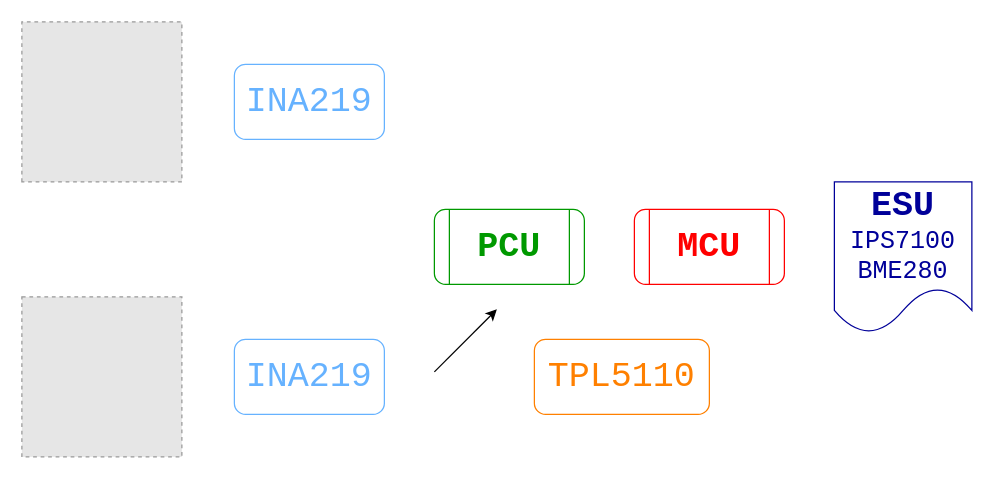
Before: resources/LoRaWANNodeDesign.drawio in mi3nts/LoRaWANNodes, a draw.io diagram. Source tidied: cells renumbered, new cells numbered last; positions are measured from the earlier drawing's top-left corner, leaving out a move shared by most shapes. Both pictures are drawn from the tidied source at 125%, with x=0, y=0 at pixel (21, 21). Pictures stored in the file or linked from it are replaced by grey dashed boxes.
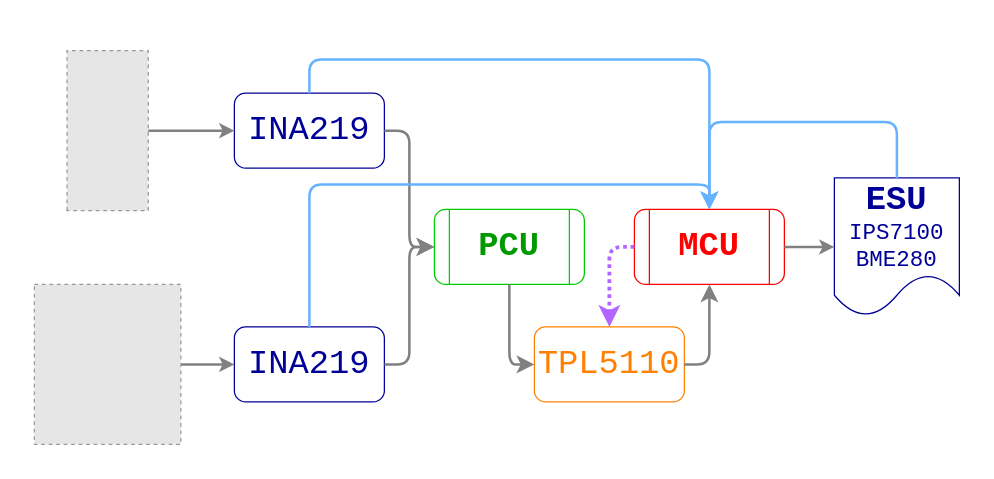
The same diagram, later.

Diff of the diagram source:
```diff
@@
-    <mxCell id="2" value="&lt;font color=&quot;#66b2ff&quot; style=&quot;font-size: 28px;&quot;&gt;INA219&lt;/font&gt;" style="rounded=1;whiteSpace=wrap;html=1;fontFamily=Courier New;fontSize=28;strokeColor=#66B2FF;" parent="1" vertex="1">
-      <mxGeometry x="170" y="34" width="120" height="60" as="geometry" />
+    <mxCell id="2" value="&lt;font color=&quot;#000099&quot; style=&quot;font-size: 27px;&quot;&gt;INA219&lt;/font&gt;" style="rounded=1;whiteSpace=wrap;html=1;fontFamily=Courier New;fontSize=27;strokeColor=#000099;fontColor=#3333FF;" parent="1" vertex="1">
+      <mxGeometry x="170" y="57" width="120" height="60" as="geometry" />
     </mxCell>
-    <mxCell id="3" value="&lt;b style=&quot;font-size: 28px;&quot;&gt;&lt;font style=&quot;font-size: 28px;&quot; color=&quot;#009900&quot;&gt;PCU&lt;/font&gt;&lt;/b&gt;" style="shape=process;whiteSpace=wrap;html=1;backgroundOutline=1;rounded=1;fontFamily=Courier New;fontSize=28;strokeColor=#009900;" parent="1" vertex="1">
+    <mxCell id="3" value="&lt;b style=&quot;font-size: 27px;&quot;&gt;&lt;font color=&quot;#009900&quot; style=&quot;font-size: 27px;&quot;&gt;PCU&lt;/font&gt;&lt;/b&gt;" style="shape=process;whiteSpace=wrap;html=1;backgroundOutline=1;rounded=1;fontFamily=Courier New;fontSize=27;strokeColor=#00CC00;" parent="1" vertex="1">
       <mxGeometry x="330" y="150" width="120" height="60" as="geometry" />
     </mxCell>
-    <mxCell id="4" value="&lt;b style=&quot;font-size: 28px;&quot;&gt;&lt;font style=&quot;font-size: 28px;&quot; color=&quot;#ff0000&quot;&gt;MCU&lt;/font&gt;&lt;/b&gt;" style="shape=process;whiteSpace=wrap;html=1;backgroundOutline=1;rounded=1;fontFamily=Courier New;fontSize=28;strokeColor=#FF0000;" parent="1" vertex="1">
+    <mxCell id="4" value="&lt;b style=&quot;font-size: 27px;&quot;&gt;&lt;font color=&quot;#ff0000&quot; style=&quot;font-size: 27px;&quot;&gt;MCU&lt;/font&gt;&lt;/b&gt;" style="shape=process;whiteSpace=wrap;html=1;backgroundOutline=1;rounded=1;fontFamily=Courier New;fontSize=27;strokeColor=#FF0000;" parent="1" vertex="1">
       <mxGeometry x="490" y="150" width="120" height="60" as="geometry" />
     </mxCell>
-    <mxCell id="5" value="&lt;font color=&quot;#ff8000&quot;&gt;TPL5110&lt;/font&gt;" style="rounded=1;whiteSpace=wrap;html=1;fontFamily=Courier New;fontSize=28;strokeColor=#FF8000;" parent="1" vertex="1">
-      <mxGeometry x="410" y="254" width="140" height="60" as="geometry" />
+    <mxCell id="5" value="&lt;font color=&quot;#ff8000&quot; style=&quot;font-size: 27px;&quot;&gt;TPL5110&lt;/font&gt;" style="rounded=1;whiteSpace=wrap;html=1;fontFamily=Courier New;fontSize=27;strokeColor=#FF8000;" parent="1" vertex="1">
+      <mxGeometry x="410" y="244" width="120" height="60" as="geometry" />
     </mxCell>
-    <mxCell id="6" value="&lt;b style=&quot;font-size: 28px;&quot;&gt;ESU&lt;/b&gt;&lt;div style=&quot;font-size: 20px;&quot;&gt;&lt;font style=&quot;font-size: 20px;&quot;&gt;IPS7100&lt;/font&gt;&lt;/div&gt;&lt;div style=&quot;font-size: 20px;&quot;&gt;&lt;font style=&quot;font-size: 20px;&quot;&gt;BME280&lt;/font&gt;&lt;/div&gt;" style="shape=document;whiteSpace=wrap;html=1;boundedLbl=1;fontFamily=Courier New;fontSize=28;fontColor=#000099;strokeColor=#000099;" parent="1" vertex="1">
-      <mxGeometry x="650" y="128" width="110" height="121" as="geometry" />
+    <mxCell id="6" value="&lt;b style=&quot;font-size: 27px;&quot;&gt;ESU&lt;/b&gt;&lt;div style=&quot;font-size: 18px;&quot;&gt;&lt;font style=&quot;font-size: 18px;&quot;&gt;IPS7100&lt;/font&gt;&lt;/div&gt;&lt;div style=&quot;font-size: 18px;&quot;&gt;&lt;font style=&quot;font-size: 18px;&quot;&gt;BME280&lt;/font&gt;&lt;/div&gt;" style="shape=document;whiteSpace=wrap;html=1;boundedLbl=1;fontFamily=Courier New;fontSize=27;fontColor=#000099;strokeColor=#000099;" parent="1" vertex="1">
+      <mxGeometry x="650" y="124.8" width="100" height="110.5" as="geometry" />
     </mxCell>
+    <mxCell id="11" style="edgeStyle=orthogonalEdgeStyle;rounded=0;jettySize=auto;html=1;fillColor=#f5f5f5;strokeColor=#808080;gradientColor=#b3b3b3;strokeWidth=2;" parent="1" edge="1" source="7" target="8">
+      <mxGeometry relative="1" as="geometry" />
+    </mxCell>
     <mxCell id="7" style="fillColor=#E6E6E6;strokeColor=#999999;dashed=1;html=1;verticalAlign=top;verticalLabelPosition=bottom;labelBackgroundColor=#ffffff;" parent="1" vertex="1">
-      <mxGeometry y="220" width="128" height="128" as="geometry" />
+      <mxGeometry x="10" y="210" width="117.2" height="128" as="geometry" />
     </mxCell>
-    <mxCell id="8" value="&lt;span style=&quot;font-size: 28px;&quot;&gt;&lt;font color=&quot;#66b2ff&quot; style=&quot;font-size: 28px;&quot;&gt;INA219&lt;/font&gt;&lt;/span&gt;" style="rounded=1;whiteSpace=wrap;html=1;fontFamily=Courier New;fontSize=28;strokeColor=#66B2FF;" parent="1" vertex="1">
-      <mxGeometry x="170" y="254" width="120" height="60" as="geometry" />
+    <mxCell id="8" value="&lt;span style=&quot;font-size: 27px;&quot;&gt;&lt;font color=&quot;#000099&quot; style=&quot;font-size: 27px;&quot;&gt;INA219&lt;/font&gt;&lt;/span&gt;" style="rounded=1;whiteSpace=wrap;html=1;fontFamily=Courier New;fontSize=27;strokeColor=#000099;fontColor=#3333FF;" parent="1" vertex="1">
+      <mxGeometry x="170" y="244" width="120" height="60" as="geometry" />
     </mxCell>
-    <mxCell id="9" style="endArrow=classic;html=1;rounded=0;" parent="1" edge="1">
-      <mxGeometry relative="1" as="geometry">
-        <mxPoint x="330" y="280" as="sourcePoint" />
-        <mxPoint x="380" y="230" as="targetPoint" />
-      </mxGeometry>
-    </mxCell>
     <mxCell id="10" style="fillColor=#E6E6E6;strokeColor=#999999;dashed=1;html=1;verticalAlign=top;verticalLabelPosition=bottom;labelBackgroundColor=#ffffff;rotation=-90;" parent="1" vertex="1">
-      <mxGeometry width="128" height="128" as="geometry" />
+      <mxGeometry x="4.6" y="54.5" width="128" height="65" as="geometry" />
     </mxCell>
+    <mxCell id="12" style="endArrow=classic;html=1;rounded=0;exitX=0.5;exitY=1;exitDx=0;exitDy=0;entryX=0;entryY=0.5;entryDx=0;entryDy=0;fillColor=#f5f5f5;strokeColor=#808080;gradientColor=#b3b3b3;strokeWidth=2;" parent="1" edge="1" source="10" target="2">
+      <mxGeometry relative="1" as="geometry" />
+    </mxCell>
+    <mxCell id="13" style="edgeStyle=elbowEdgeStyle;elbow=horizontal;endArrow=classic;html=1;curved=0;rounded=1;endSize=8;startSize=8;exitX=1;exitY=0.5;exitDx=0;exitDy=0;flowAnimation=0;shadow=0;fillColor=#f5f5f5;gradientColor=#b3b3b3;strokeColor=#808080;fontSize=27;entryX=0;entryY=0.5;entryDx=0;entryDy=0;strokeWidth=2;" parent="1" edge="1" source="2" target="3">
+      <mxGeometry relative="1" as="geometry">
+        <Array as="points">
+          <mxPoint x="310" y="120" />
+        </Array>
+      </mxGeometry>
+    </mxCell>
+    <mxCell id="14" style="edgeStyle=elbowEdgeStyle;elbow=vertical;endArrow=classic;html=1;curved=0;rounded=1;endSize=8;startSize=8;exitX=0.5;exitY=0;exitDx=0;exitDy=0;entryX=0.5;entryY=0;entryDx=0;entryDy=0;fillColor=#cce5ff;strokeColor=#66B2FF;strokeWidth=2;" parent="1" edge="1" source="8" target="4">
+      <mxGeometry relative="1" as="geometry">
+        <Array as="points">
+          <mxPoint x="390" y="130" />
+        </Array>
+      </mxGeometry>
+    </mxCell>
+    <mxCell id="15" style="edgeStyle=segmentEdgeStyle;endArrow=classic;html=1;curved=0;rounded=1;endSize=8;startSize=8;exitX=0.5;exitY=1;exitDx=0;exitDy=0;entryX=0;entryY=0.5;entryDx=0;entryDy=0;fillColor=#eeeeee;strokeColor=#808080;strokeWidth=2;" parent="1" edge="1" source="3" target="5">
+      <mxGeometry relative="1" as="geometry">
+        <Array as="points">
+          <mxPoint x="390" y="274" />
+        </Array>
+      </mxGeometry>
+    </mxCell>
+    <mxCell id="16" style="edgeStyle=elbowEdgeStyle;elbow=horizontal;endArrow=classic;html=1;curved=0;rounded=1;endSize=8;startSize=8;exitX=0.5;exitY=0;exitDx=0;exitDy=0;entryX=0.5;entryY=0;entryDx=0;entryDy=0;fillColor=#cce5ff;strokeColor=#66B2FF;strokeWidth=2;" parent="1" edge="1" source="2" target="4">
+      <mxGeometry relative="1" as="geometry">
+        <Array as="points">
+          <mxPoint x="390" y="30" />
+        </Array>
+      </mxGeometry>
+    </mxCell>
+    <mxCell id="17" style="edgeStyle=elbowEdgeStyle;elbow=horizontal;endArrow=classic;html=1;curved=0;rounded=1;endSize=8;startSize=8;exitX=1;exitY=0.5;exitDx=0;exitDy=0;flowAnimation=0;shadow=0;fillColor=#f5f5f5;gradientColor=#b3b3b3;strokeColor=#808080;fontSize=27;entryX=0;entryY=0.5;entryDx=0;entryDy=0;strokeWidth=2;" parent="1" edge="1" source="8" target="3">
+      <mxGeometry relative="1" as="geometry">
+        <Array as="points">
+          <mxPoint x="310" y="230" />
+        </Array>
+      </mxGeometry>
+    </mxCell>
+    <mxCell id="18" style="endArrow=classic;html=1;rounded=0;exitX=1;exitY=0.5;exitDx=0;exitDy=0;entryX=0;entryY=0.5;entryDx=0;entryDy=0;strokeColor=#808080;strokeWidth=2;" parent="1" edge="1" source="4" target="6">
+      <mxGeometry relative="1" as="geometry" />
+    </mxCell>
+    <mxCell id="19" style="edgeStyle=segmentEdgeStyle;endArrow=classic;html=1;curved=0;rounded=1;endSize=8;startSize=8;exitX=0.5;exitY=0;exitDx=0;exitDy=0;fillColor=#cce5ff;strokeColor=#66B2FF;strokeWidth=2;" parent="1" edge="1" source="6">
+      <mxGeometry relative="1" as="geometry">
+        <mxPoint x="550" y="150" as="targetPoint" />
+        <Array as="points">
+          <mxPoint x="700" y="80" />
+          <mxPoint x="550" y="80" />
+        </Array>
+      </mxGeometry>
+    </mxCell>
+    <mxCell id="20" style="edgeStyle=segmentEdgeStyle;endArrow=classic;html=1;curved=0;rounded=1;endSize=8;startSize=8;exitX=1;exitY=0.5;exitDx=0;exitDy=0;entryX=0.5;entryY=1;entryDx=0;entryDy=0;fillColor=#eeeeee;strokeColor=#808080;strokeWidth=2;" parent="1" edge="1" source="5" target="4">
+      <mxGeometry relative="1" as="geometry" />
+    </mxCell>
+    <mxCell id="21" style="edgeStyle=segmentEdgeStyle;endArrow=classic;html=1;curved=0;rounded=1;endSize=8;startSize=8;exitX=0;exitY=0.5;exitDx=0;exitDy=0;entryX=0.5;entryY=0;entryDx=0;entryDy=0;strokeColor=#B266FF;strokeWidth=3;dashed=1;dashPattern=1 1;" parent="1" edge="1" source="4" target="5">
+      <mxGeometry relative="1" as="geometry" />
+    </mxCell>
```
